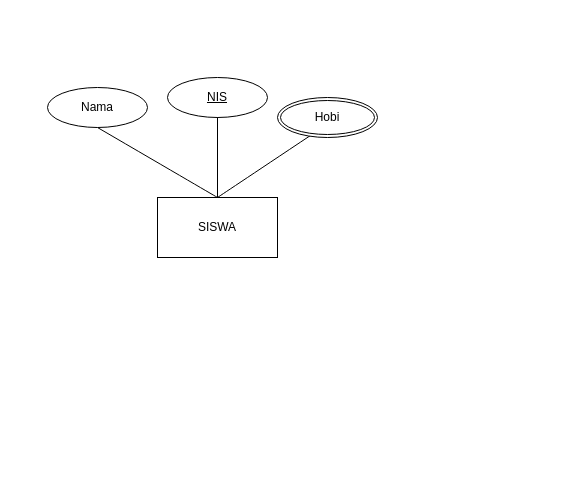
Earlier version of the draw.io diagram Untitled Diagram.drawio (oscode04/UTS). Source tidied: cells renumbered, new cells numbered last; positions are measured from the earlier drawing's top-left corner, leaving out a move shared by most shapes. Both pictures are drawn from the tidied source at 100%, with x=0, y=0 at pixel (47, 67).
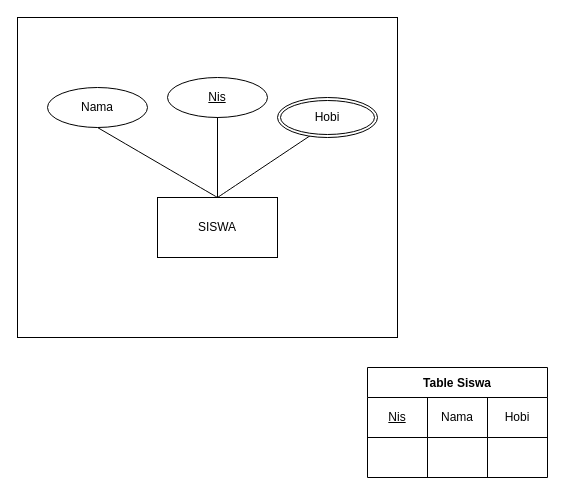
Above is the later version.

Diff of the diagram source:
```diff
@@
+    <mxCell id="10" style="rounded=0;whiteSpace=wrap;html=1;" parent="1" vertex="1">
+      <mxGeometry x="-30" y="-50" width="380" height="320" as="geometry" />
+    </mxCell>
@@
-    <mxCell id="4" value="NIS" style="ellipse;whiteSpace=wrap;html=1;align=center;fontStyle=4;" parent="1" vertex="1">
+    <mxCell id="4" value="Nis" style="ellipse;whiteSpace=wrap;html=1;align=center;fontStyle=4;" parent="1" vertex="1">
       <mxGeometry x="120" y="10" width="100" height="40" as="geometry" />
     </mxCell>
@@
+    <mxCell id="11" value="Table Siswa" style="shape=table;startSize=30;childLayout=tableLayout;fontStyle=1;align=center;" parent="1" vertex="1">
+      <mxGeometry x="320" y="300" width="180" height="110" as="geometry" />
+    </mxCell>
+    <mxCell id="12" style="shape=tableRow;horizontal=0;startSize=0;swimlaneHead=0;swimlaneBody=0;top=0;left=0;bottom=0;right=0;fillColor=none;" parent="11" vertex="1">
+      <mxGeometry y="30" width="180" height="40" as="geometry" />
+    </mxCell>
+    <mxCell id="13" value="&lt;u&gt;Nis&lt;/u&gt;" style="shape=partialRectangle;html=1;whiteSpace=wrap;fillColor=none;top=0;left=0;bottom=0;right=0;overflow=hidden;" parent="12" vertex="1">
+      <mxGeometry width="60" height="40" as="geometry" />
+    </mxCell>
+    <mxCell id="14" value="Nama" style="shape=partialRectangle;html=1;whiteSpace=wrap;fillColor=none;top=0;left=0;bottom=0;right=0;overflow=hidden;" parent="12" vertex="1">
+      <mxGeometry x="60" width="60" height="40" as="geometry" />
+    </mxCell>
+    <mxCell id="15" value="Hobi" style="shape=partialRectangle;html=1;whiteSpace=wrap;fillColor=none;top=0;left=0;bottom=0;right=0;overflow=hidden;" parent="12" vertex="1">
+      <mxGeometry x="120" width="60" height="40" as="geometry" />
+    </mxCell>
+    <mxCell id="16" style="shape=tableRow;horizontal=0;startSize=0;swimlaneHead=0;swimlaneBody=0;top=0;left=0;bottom=0;right=0;fillColor=none;" parent="11" vertex="1">
+      <mxGeometry y="70" width="180" height="40" as="geometry" />
+    </mxCell>
+    <mxCell id="17" style="shape=partialRectangle;html=1;whiteSpace=wrap;fillColor=none;top=0;left=0;bottom=0;right=0;overflow=hidden;" parent="16" vertex="1">
+      <mxGeometry width="60" height="40" as="geometry" />
+    </mxCell>
+    <mxCell id="18" style="shape=partialRectangle;html=1;whiteSpace=wrap;fillColor=none;top=0;left=0;bottom=0;right=0;overflow=hidden;" parent="16" vertex="1">
+      <mxGeometry x="60" width="60" height="40" as="geometry" />
+    </mxCell>
+    <mxCell id="19" style="shape=partialRectangle;html=1;whiteSpace=wrap;fillColor=none;top=0;left=0;bottom=0;right=0;overflow=hidden;" parent="16" vertex="1">
+      <mxGeometry x="120" width="60" height="40" as="geometry" />
+    </mxCell>
```
